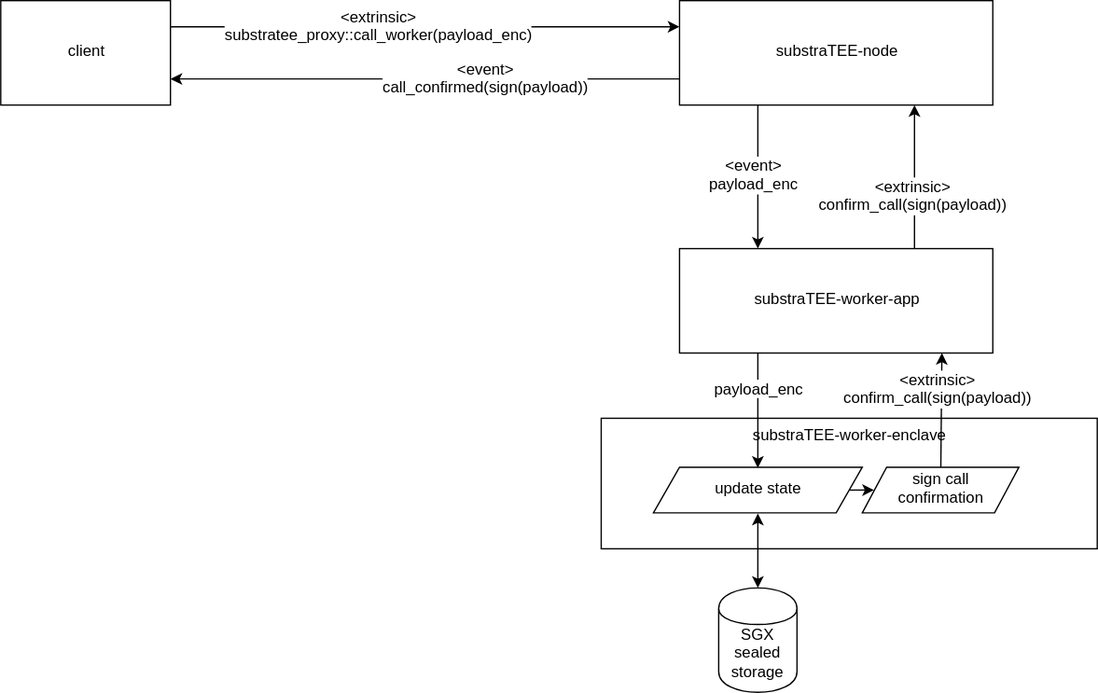
This is src/fig/substraTEE-worker-overview.svg from integritee-network/book, a draw.io export, as it was before one commit. Source tidied: cells renumbered, new cells last; positions are measured from the earlier drawing's top-left corner, leaving out a move shared by most shapes.
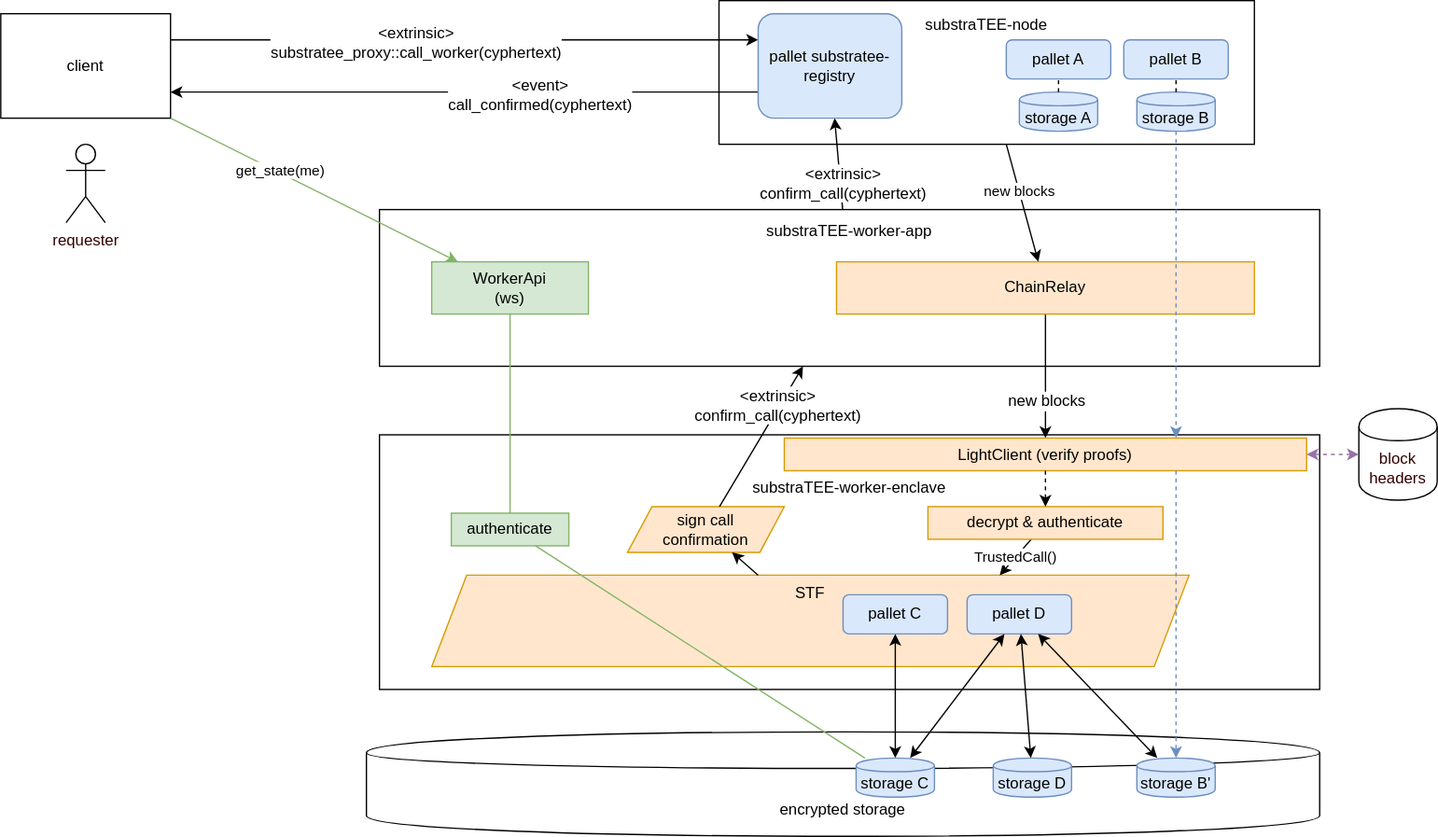
After the commit.

Commit message:
update top level architecture diagram

Diff of the diagram source:
```diff
@@ -2,70 +2,171 @@
   <root>
     <mxCell id="0" />
     <mxCell id="1" parent="0" />
-    <mxCell id="2" value="&lt;div&gt;substraTEE-worker-enclave&lt;/div&gt;&lt;div&gt;&lt;br&gt;&lt;/div&gt;&lt;div&gt;&lt;br&gt;&lt;/div&gt;&lt;div&gt;&lt;br&gt;&lt;/div&gt;&lt;div&gt;&lt;br&gt;&lt;/div&gt;&lt;div&gt;&lt;br&gt;&lt;/div&gt;" style="rounded=0;whiteSpace=wrap;html=1;" parent="1" vertex="1">
-      <mxGeometry x="460" y="320" width="380" height="100" as="geometry" />
+    <mxCell id="2" value="&lt;div&gt;substraTEE-worker-enclave&lt;/div&gt;&lt;div&gt;&lt;br&gt;&lt;/div&gt;&lt;div&gt;&lt;br&gt;&lt;/div&gt;&lt;div&gt;&lt;br&gt;&lt;/div&gt;&lt;div&gt;&lt;br&gt;&lt;/div&gt;&lt;div&gt;&lt;br&gt;&lt;/div&gt;&lt;div&gt;&lt;br&gt;&lt;/div&gt;&lt;div&gt;&lt;br&gt;&lt;/div&gt;&lt;div&gt;&lt;br&gt;&lt;/div&gt;" style="rounded=0;whiteSpace=wrap;html=1;" parent="1" vertex="1">
+      <mxGeometry x="370" y="322.5" width="720" height="195" as="geometry" />
     </mxCell>
     <mxCell id="3" value="client" style="rounded=0;whiteSpace=wrap;html=1;" parent="1" vertex="1">
-      <mxGeometry width="130" height="80" as="geometry" />
+      <mxGeometry x="80" width="130" height="80" as="geometry" />
     </mxCell>
-    <mxCell id="4" value="substraTEE-node" style="rounded=0;whiteSpace=wrap;html=1;" parent="1" vertex="1">
-      <mxGeometry x="520" width="240" height="80" as="geometry" />
+    <mxCell id="4" value="&lt;div&gt;substraTEE-node&lt;/div&gt;&lt;div&gt;&lt;br&gt;&lt;/div&gt;&lt;div&gt;&lt;br&gt;&lt;/div&gt;&lt;div&gt;&lt;br&gt;&lt;/div&gt;&lt;div&gt;&lt;br&gt;&lt;/div&gt;&lt;div&gt;&lt;br&gt;&lt;/div&gt;" style="rounded=0;whiteSpace=wrap;html=1;" parent="1" vertex="1">
+      <mxGeometry x="630" y="-10" width="410" height="110" as="geometry" />
     </mxCell>
-    <mxCell id="5" value="substraTEE-worker-app" style="rounded=0;whiteSpace=wrap;html=1;" parent="1" vertex="1">
-      <mxGeometry x="520" y="190" width="240" height="80" as="geometry" />
+    <mxCell id="5" value="&lt;div&gt;substraTEE-worker-app&lt;/div&gt;&lt;div&gt;&lt;br&gt;&lt;/div&gt;&lt;div&gt;&lt;br&gt;&lt;/div&gt;&lt;div&gt;&lt;br&gt;&lt;/div&gt;&lt;div&gt;&lt;br&gt;&lt;/div&gt;&lt;div&gt;&lt;br&gt;&lt;/div&gt;&lt;div&gt;&lt;br&gt;&lt;/div&gt;" style="rounded=0;whiteSpace=wrap;html=1;" parent="1" vertex="1">
+      <mxGeometry x="370" y="150" width="720" height="120" as="geometry" />
     </mxCell>
-    <mxCell id="6" style="endArrow=classic;html=1;entryX=0;entryY=0.25;entryDx=0;entryDy=0;exitX=1;exitY=0.25;exitDx=0;exitDy=0;" parent="1" edge="1" source="3" target="4">
+    <mxCell id="6" style="endArrow=classic;html=1;exitX=1;exitY=0.25;exitDx=0;exitDy=0;entryX=0;entryY=0.25;entryDx=0;entryDy=0;" parent="1" edge="1" source="3" target="48">
       <mxGeometry relative="1" as="geometry" />
     </mxCell>
-    <mxCell id="7" value="&lt;div&gt;&amp;lt;extrinsic&amp;gt;&lt;/div&gt;&lt;div&gt;substratee_proxy::call_worker(payload_enc)&lt;/div&gt;" style="text;html=1;align=center;verticalAlign=middle;labelBackgroundColor=#ffffff;" parent="6" vertex="1">
+    <mxCell id="7" value="&lt;div&gt;&amp;lt;extrinsic&amp;gt;&lt;/div&gt;&lt;div&gt;substratee_proxy::call_worker(cyphertext)&lt;/div&gt;" style="text;html=1;align=center;verticalAlign=middle;labelBackgroundColor=#ffffff;" parent="6" vertex="1">
       <mxGeometry x="-0.17" y="-1" relative="1" as="geometry" />
     </mxCell>
-    <mxCell id="8" style="endArrow=classic;html=1;exitX=0.25;exitY=1;exitDx=0;exitDy=0;entryX=0.25;entryY=0;entryDx=0;entryDy=0;" parent="1" edge="1" source="4" target="5">
-      <mxGeometry relative="1" as="geometry" />
-    </mxCell>
-    <mxCell id="9" value="&lt;div&gt;&amp;lt;event&amp;gt;&lt;/div&gt;&lt;div&gt;payload_enc&lt;/div&gt;" style="text;html=1;align=center;verticalAlign=middle;labelBackgroundColor=#ffffff;" parent="8" vertex="1">
-      <mxGeometry x="0.44" relative="1" as="geometry">
-        <mxPoint x="-3" y="-24" as="offset" />
-      </mxGeometry>
-    </mxCell>
-    <mxCell id="10" value="update state" style="shape=parallelogram;perimeter=parallelogramPerimeter;whiteSpace=wrap;html=1;size=0.125;" parent="1" vertex="1">
-      <mxGeometry x="500" y="357.5" width="160" height="35" as="geometry" />
+    <mxCell id="10" value="&lt;div&gt;STF&lt;/div&gt;&lt;div&gt;&lt;br&gt;&lt;/div&gt;&lt;div&gt;&lt;br&gt;&lt;/div&gt;&lt;div&gt;&lt;br&gt;&lt;/div&gt;" style="shape=parallelogram;perimeter=parallelogramPerimeter;whiteSpace=wrap;html=1;size=0.04610472541507062;fillColor=#ffe6cc;strokeColor=#d79b00;" parent="1" vertex="1">
+      <mxGeometry x="410" y="430" width="580" height="70" as="geometry" />
     </mxCell>
-    <mxCell id="11" value="SGX sealed storage" style="shape=cylinder;whiteSpace=wrap;html=1;boundedLbl=1;backgroundOutline=1;" parent="1" vertex="1">
-      <mxGeometry x="550" y="450" width="60" height="80" as="geometry" />
+    <mxCell id="11" value="&lt;div&gt;&lt;br&gt;&lt;/div&gt;&lt;div&gt;encrypted storage&lt;/div&gt;" style="shape=cylinder;whiteSpace=wrap;html=1;boundedLbl=1;backgroundOutline=1;" parent="1" vertex="1">
+      <mxGeometry x="360" y="550" width="730" height="80" as="geometry" />
     </mxCell>
-    <mxCell id="12" style="endArrow=classic;startArrow=classic;html=1;entryX=0.5;entryY=1;entryDx=0;entryDy=0;" parent="1" edge="1" source="11" target="10">
+    <mxCell id="12" style="endArrow=classic;startArrow=classic;html=1;" parent="1" edge="1" source="38" target="36">
       <mxGeometry relative="1" as="geometry" />
     </mxCell>
-    <mxCell id="13" value="&lt;div&gt;sign call &lt;br&gt;&lt;/div&gt;&lt;div&gt;confirmation&lt;/div&gt;" style="shape=parallelogram;perimeter=parallelogramPerimeter;whiteSpace=wrap;html=1;size=0.15555555555555556;" parent="1" vertex="1">
-      <mxGeometry x="660" y="357.5" width="120" height="35" as="geometry" />
+    <mxCell id="13" value="&lt;div&gt;sign call &lt;br&gt;&lt;/div&gt;&lt;div&gt;confirmation&lt;/div&gt;" style="shape=parallelogram;perimeter=parallelogramPerimeter;whiteSpace=wrap;html=1;size=0.15555555555555556;fillColor=#ffe6cc;strokeColor=#d79b00;" parent="1" vertex="1">
+      <mxGeometry x="560" y="377.5" width="120" height="35" as="geometry" />
     </mxCell>
-    <mxCell id="14" style="endArrow=classic;html=1;entryX=0.5;entryY=0;entryDx=0;entryDy=0;exitX=0.25;exitY=1;exitDx=0;exitDy=0;" parent="1" edge="1" source="5" target="10">
+    <mxCell id="14" style="endArrow=classic;html=1;" parent="1" edge="1" source="23" target="24">
       <mxGeometry relative="1" as="geometry" />
     </mxCell>
-    <mxCell id="15" value="payload_enc" style="text;html=1;align=center;verticalAlign=middle;labelBackgroundColor=#ffffff;" parent="14" vertex="1">
-      <mxGeometry x="-0.36" y="1" relative="1" as="geometry" />
+    <mxCell id="15" value="new blocks" style="text;html=1;align=center;verticalAlign=middle;labelBackgroundColor=#ffffff;" parent="14" vertex="1">
+      <mxGeometry x="-0.36" y="1" relative="1" as="geometry">
+        <mxPoint x="-1" y="36.9" as="offset" />
+      </mxGeometry>
     </mxCell>
-    <mxCell id="16" style="endArrow=classic;html=1;entryX=0.838;entryY=1;entryDx=0;entryDy=0;entryPerimeter=0;" parent="1" edge="1" source="13" target="5">
+    <mxCell id="16" style="endArrow=classic;html=1;" parent="1" edge="1" source="13" target="5">
       <mxGeometry relative="1" as="geometry" />
     </mxCell>
-    <mxCell id="17" value="&lt;div&gt;&amp;lt;extrinsic&amp;gt;&lt;/div&gt;&lt;div&gt;confirm_call(sign(payload))&lt;br&gt;&lt;/div&gt;" style="text;html=1;align=center;verticalAlign=middle;labelBackgroundColor=#ffffff;" parent="16" vertex="1">
-      <mxGeometry x="0.34" relative="1" as="geometry" />
+    <mxCell id="17" value="&lt;div&gt;&amp;lt;extrinsic&amp;gt;&lt;/div&gt;&lt;div&gt;confirm_call(cyphertext)&lt;br&gt;&lt;/div&gt;" style="text;html=1;align=center;verticalAlign=middle;labelBackgroundColor=#ffffff;" parent="16" vertex="1">
+      <mxGeometry x="0.34" relative="1" as="geometry">
+        <mxPoint x="1" y="-5.3" as="offset" />
+      </mxGeometry>
     </mxCell>
-    <mxCell id="18" style="endArrow=classic;html=1;entryX=0.75;entryY=1;entryDx=0;entryDy=0;exitX=0.75;exitY=0;exitDx=0;exitDy=0;" parent="1" edge="1" source="5" target="4">
+    <mxCell id="18" style="endArrow=classic;html=1;" parent="1" edge="1" source="5" target="48">
       <mxGeometry relative="1" as="geometry" />
     </mxCell>
-    <mxCell id="19" value="&lt;div&gt;&amp;lt;extrinsic&amp;gt;&lt;/div&gt;&lt;div&gt;confirm_call(sign(payload))&lt;/div&gt;" style="text;html=1;align=center;verticalAlign=middle;labelBackgroundColor=#ffffff;" parent="18" vertex="1">
-      <mxGeometry x="-0.29" y="-1" relative="1" as="geometry" />
+    <mxCell id="19" value="&lt;div&gt;&amp;lt;extrinsic&amp;gt;&lt;/div&gt;&lt;div&gt;confirm_call(cyphertext)&lt;/div&gt;" style="text;html=1;align=center;verticalAlign=middle;labelBackgroundColor=#ffffff;" parent="18" vertex="1">
+      <mxGeometry x="-0.29" y="-1" relative="1" as="geometry">
+        <mxPoint x="1.5" y="4.8" as="offset" />
+      </mxGeometry>
     </mxCell>
-    <mxCell id="20" style="endArrow=classic;html=1;entryX=0;entryY=0.5;entryDx=0;entryDy=0;exitX=1;exitY=0.5;exitDx=0;exitDy=0;" parent="1" edge="1" source="10" target="13">
+    <mxCell id="20" style="endArrow=classic;html=1;" parent="1" edge="1" source="10" target="13">
       <mxGeometry relative="1" as="geometry" />
     </mxCell>
-    <mxCell id="21" style="endArrow=classic;html=1;entryX=1;entryY=0.75;entryDx=0;entryDy=0;exitX=0;exitY=0.75;exitDx=0;exitDy=0;" parent="1" edge="1" source="4" target="3">
+    <mxCell id="21" style="endArrow=classic;html=1;entryX=1;entryY=0.75;entryDx=0;entryDy=0;exitX=0;exitY=0.75;exitDx=0;exitDy=0;" parent="1" edge="1" source="48" target="3">
       <mxGeometry relative="1" as="geometry" />
     </mxCell>
-    <mxCell id="22" value="&lt;div&gt;&amp;lt;event&amp;gt;&lt;/div&gt;&lt;div&gt;call_confirmed(sign(payload))&lt;br&gt;&lt;/div&gt;" style="text;html=1;align=center;verticalAlign=middle;labelBackgroundColor=#ffffff;" parent="21" vertex="1">
+    <mxCell id="22" value="&lt;div&gt;&amp;lt;event&amp;gt;&lt;/div&gt;&lt;div&gt;call_confirmed(cyphertext)&lt;br&gt;&lt;/div&gt;" style="text;html=1;align=center;verticalAlign=middle;labelBackgroundColor=#ffffff;" parent="21" vertex="1">
       <mxGeometry x="-0.25" y="1" relative="1" as="geometry" />
     </mxCell>
+    <mxCell id="23" value="ChainRelay" style="rounded=0;whiteSpace=wrap;html=1;fillColor=#ffe6cc;strokeColor=#d79b00;" parent="1" vertex="1">
+      <mxGeometry x="720" y="190" width="320" height="40" as="geometry" />
+    </mxCell>
+    <mxCell id="24" value="LightClient (verify proofs)" style="rounded=0;whiteSpace=wrap;html=1;fillColor=#ffe6cc;strokeColor=#d79b00;" parent="1" vertex="1">
+      <mxGeometry x="680" y="325" width="400" height="25" as="geometry" />
+    </mxCell>
+    <mxCell id="25" value="&lt;div&gt;WorkerApi&lt;/div&gt;&lt;div&gt;(ws)&lt;br&gt;&lt;/div&gt;" style="rounded=0;whiteSpace=wrap;html=1;fillColor=#d5e8d4;strokeColor=#82b366;" parent="1" vertex="1">
+      <mxGeometry x="410" y="190" width="120" height="40" as="geometry" />
+    </mxCell>
+    <mxCell id="26" style="endArrow=classic;html=1;exitX=1;exitY=1;exitDx=0;exitDy=0;fillColor=#d5e8d4;strokeColor=#82b366;" parent="1" edge="1" source="3" target="25">
+      <mxGeometry relative="1" as="geometry" />
+    </mxCell>
+    <mxCell id="27" value="get_state(me)" style="edgeLabel;html=1;align=center;verticalAlign=middle;" parent="26" vertex="1">
+      <mxGeometry x="0.26" y="1" relative="1" as="geometry">
+        <mxPoint x="-55.2" y="-28.5" as="offset" />
+      </mxGeometry>
+    </mxCell>
+    <mxCell id="28" style="endArrow=classic;html=1;" parent="1" edge="1" source="4" target="23">
+      <mxGeometry relative="1" as="geometry" />
+    </mxCell>
+    <mxCell id="29" value="new blocks" style="edgeLabel;html=1;align=center;verticalAlign=middle;" parent="28" vertex="1">
+      <mxGeometry x="0.07" relative="1" as="geometry">
+        <mxPoint x="-3.5" y="-13.1" as="offset" />
+      </mxGeometry>
+    </mxCell>
+    <mxCell id="30" value="TrustedCall()" style="endArrow=classic;html=1;entryX=0.75;entryY=0;entryDx=0;entryDy=0;" parent="1" edge="1" source="49" target="10">
+      <mxGeometry relative="1" as="geometry" />
+    </mxCell>
+    <mxCell id="31" value="authenticate" style="rounded=0;whiteSpace=wrap;html=1;fillColor=#d5e8d4;strokeColor=#82b366;" parent="1" vertex="1">
+      <mxGeometry x="425" y="382.5" width="90" height="25" as="geometry" />
+    </mxCell>
+    <mxCell id="32" style="endArrow=none;html=1;fontColor=#006600;fillColor=#d5e8d4;strokeColor=#82b366;endFill=0;" parent="1" edge="1" source="38" target="31">
+      <mxGeometry relative="1" as="geometry" />
+    </mxCell>
+    <mxCell id="33" style="endArrow=none;html=1;fillColor=#d5e8d4;strokeColor=#82b366;endFill=0;" parent="1" edge="1" source="25" target="31">
+      <mxGeometry relative="1" as="geometry" />
+    </mxCell>
+    <mxCell id="34" value="pallet A" style="rounded=1;whiteSpace=wrap;html=1;fillColor=#dae8fc;strokeColor=#6c8ebf;" parent="1" vertex="1">
+      <mxGeometry x="850" y="20" width="80" height="30" as="geometry" />
+    </mxCell>
+    <mxCell id="35" value="pallet B" style="rounded=1;whiteSpace=wrap;html=1;fillColor=#dae8fc;strokeColor=#6c8ebf;" parent="1" vertex="1">
+      <mxGeometry x="940" y="20" width="80" height="30" as="geometry" />
+    </mxCell>
+    <mxCell id="36" value="pallet C" style="rounded=1;whiteSpace=wrap;html=1;fillColor=#dae8fc;strokeColor=#6c8ebf;" parent="1" vertex="1">
+      <mxGeometry x="725" y="445" width="80" height="30" as="geometry" />
+    </mxCell>
+    <mxCell id="37" value="pallet D" style="rounded=1;whiteSpace=wrap;html=1;fillColor=#dae8fc;strokeColor=#6c8ebf;" parent="1" vertex="1">
+      <mxGeometry x="820" y="445" width="80" height="30" as="geometry" />
+    </mxCell>
+    <mxCell id="38" value="storage C" style="shape=cylinder;whiteSpace=wrap;html=1;boundedLbl=1;backgroundOutline=1;fillColor=#dae8fc;strokeColor=#6c8ebf;" parent="1" vertex="1">
+      <mxGeometry x="735" y="570" width="60" height="30" as="geometry" />
+    </mxCell>
+    <mxCell id="39" value="storage D" style="shape=cylinder;whiteSpace=wrap;html=1;boundedLbl=1;backgroundOutline=1;fillColor=#dae8fc;strokeColor=#6c8ebf;" parent="1" vertex="1">
+      <mxGeometry x="840" y="570" width="60" height="30" as="geometry" />
+    </mxCell>
+    <mxCell id="40" value="storage B'" style="shape=cylinder;whiteSpace=wrap;html=1;boundedLbl=1;backgroundOutline=1;fillColor=#dae8fc;strokeColor=#6c8ebf;" parent="1" vertex="1">
+      <mxGeometry x="950" y="570" width="60" height="30" as="geometry" />
+    </mxCell>
+    <mxCell id="41" style="endArrow=classic;startArrow=classic;html=1;" parent="1" edge="1" source="38" target="37">
+      <mxGeometry relative="1" as="geometry" />
+    </mxCell>
+    <mxCell id="42" style="endArrow=classic;startArrow=classic;html=1;" parent="1" edge="1" source="39" target="37">
+      <mxGeometry relative="1" as="geometry" />
+    </mxCell>
+    <mxCell id="43" style="endArrow=classic;startArrow=classic;html=1;" parent="1" edge="1" source="40" target="37">
+      <mxGeometry relative="1" as="geometry" />
+    </mxCell>
+    <mxCell id="44" value="storage B" style="shape=cylinder;whiteSpace=wrap;html=1;boundedLbl=1;backgroundOutline=1;fillColor=#dae8fc;strokeColor=#6c8ebf;" parent="1" vertex="1">
+      <mxGeometry x="950" y="60" width="60" height="30" as="geometry" />
+    </mxCell>
+    <mxCell id="45" value="storage A" style="shape=cylinder;whiteSpace=wrap;html=1;boundedLbl=1;backgroundOutline=1;fillColor=#dae8fc;strokeColor=#6c8ebf;" parent="1" vertex="1">
+      <mxGeometry x="860" y="60" width="60" height="30" as="geometry" />
+    </mxCell>
+    <mxCell id="46" style="endArrow=none;html=1;dashed=1;fontColor=#330000;" parent="1" edge="1" source="45" target="34">
+      <mxGeometry relative="1" as="geometry" />
+    </mxCell>
+    <mxCell id="47" style="endArrow=none;html=1;dashed=1;fontColor=#330000;" parent="1" edge="1" source="44" target="35">
+      <mxGeometry relative="1" as="geometry" />
+    </mxCell>
+    <mxCell id="48" value="pallet substratee-registry" style="rounded=1;whiteSpace=wrap;html=1;fillColor=#dae8fc;strokeColor=#6c8ebf;" parent="1" vertex="1">
+      <mxGeometry x="660" width="110" height="80" as="geometry" />
+    </mxCell>
+    <mxCell id="49" value="&lt;div&gt;decrypt &amp;amp; authenticate&lt;br&gt;&lt;/div&gt;" style="rounded=0;whiteSpace=wrap;html=1;fillColor=#ffe6cc;strokeColor=#d79b00;" parent="1" vertex="1">
+      <mxGeometry x="790" y="377.5" width="180" height="25" as="geometry" />
+    </mxCell>
+    <mxCell id="50" style="endArrow=classic;html=1;fontColor=#330000;dashed=1;fillColor=#dae8fc;strokeColor=#6c8ebf;entryX=0.75;entryY=0;entryDx=0;entryDy=0;" parent="1" edge="1" source="44" target="24">
+      <mxGeometry relative="1" as="geometry" />
+    </mxCell>
+    <mxCell id="51" style="endArrow=classic;html=1;dashed=1;fontColor=#330000;" parent="1" edge="1" source="24" target="49">
+      <mxGeometry relative="1" as="geometry" />
+    </mxCell>
+    <mxCell id="52" style="endArrow=classic;html=1;fontColor=#330000;dashed=1;fillColor=#dae8fc;strokeColor=#6c8ebf;exitX=0.75;exitY=1;exitDx=0;exitDy=0;" parent="1" edge="1" source="24" target="40">
+      <mxGeometry relative="1" as="geometry" />
+    </mxCell>
+    <mxCell id="53" value="requester" style="shape=umlActor;verticalLabelPosition=bottom;labelBackgroundColor=#ffffff;verticalAlign=top;html=1;fontColor=#330000;" parent="1" vertex="1">
+      <mxGeometry x="130" y="100" width="30" height="60" as="geometry" />
+    </mxCell>
+    <mxCell id="54" value="block headers" style="shape=cylinder;whiteSpace=wrap;html=1;boundedLbl=1;backgroundOutline=1;fontColor=#330000;" parent="1" vertex="1">
+      <mxGeometry x="1120" y="302.5" width="60" height="70" as="geometry" />
+    </mxCell>
+    <mxCell id="55" style="endArrow=classic;startArrow=classic;html=1;dashed=1;fontColor=#330000;fillColor=#e1d5e7;strokeColor=#9673a6;" parent="1" edge="1" source="54" target="24">
+      <mxGeometry relative="1" as="geometry" />
+    </mxCell>
   </root>
 </mxGraphModel>
```
